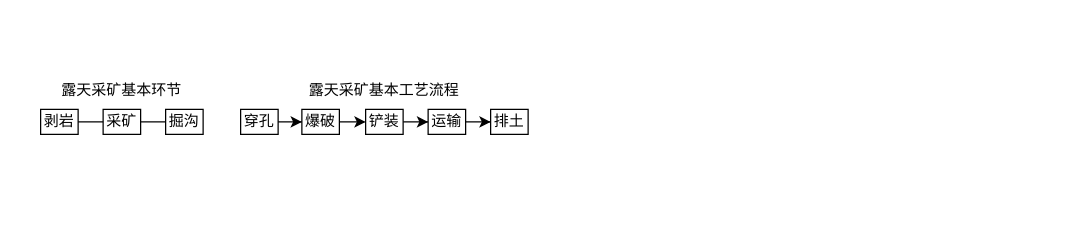
This is 未命名绘图.drawio from XS0612/daviddraw-drawio-diagrams, a draw.io file, before an edit. Source tidied: cells renumbered, new cells numbered last; positions are measured from the earlier drawing's top-left corner, leaving out a move shared by most shapes. Both pictures are drawn from the tidied source at 125%, with x=0, y=0 at pixel (40, 71).
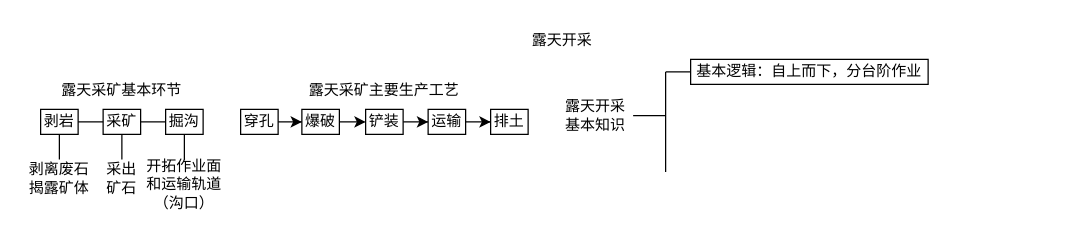
The same diagram, later.

Commit message:
更新未命名绘图.drawio

The change refers to these unchanged cells:
```xml
<mxCell id="2" value="剥岩" style="rounded=0;whiteSpace=wrap;html=1;" parent="1" vertex="1">
  <mxGeometry y="30" width="30" height="20" as="geometry" />
</mxCell>
<mxCell id="3" value="采矿" style="whiteSpace=wrap;html=1;rounded=0;" parent="1" vertex="1">
  <mxGeometry x="50" y="30" width="30" height="20" as="geometry" />
</mxCell>
<mxCell id="4" value="掘沟" style="whiteSpace=wrap;html=1;rounded=0;" parent="1" vertex="1">
  <mxGeometry x="100" y="30" width="30" height="20" as="geometry" />
</mxCell>
```

The edit, as a diff of the source:
```diff
@@
-    <mxCell id="15" value="露天采矿基本工艺流程" style="text;html=1;whiteSpace=wrap;strokeColor=none;fillColor=none;align=center;verticalAlign=middle;rounded=0;" parent="1" vertex="1">
+    <mxCell id="15" value="露天采矿主要生产工艺" style="text;html=1;whiteSpace=wrap;strokeColor=none;fillColor=none;align=center;verticalAlign=middle;rounded=0;" parent="1" vertex="1">
       <mxGeometry x="160" width="230" height="30" as="geometry" />
     </mxCell>
@@
+    <mxCell id="18" value="露天开采" style="text;html=1;whiteSpace=wrap;strokeColor=none;fillColor=none;align=center;verticalAlign=middle;rounded=0;" parent="1" vertex="1">
+      <mxGeometry x="15" y="-40" width="805" height="30" as="geometry" />
+    </mxCell>
+    <mxCell id="19" value="露天开采基本知识" style="text;html=1;whiteSpace=wrap;strokeColor=none;fillColor=none;align=center;verticalAlign=middle;rounded=0;" parent="1" vertex="1">
+      <mxGeometry x="414" y="20" width="60" height="30" as="geometry" />
+    </mxCell>
+    <mxCell id="20" style="endArrow=none;html=1;rounded=0;exitX=1;exitY=0.5;exitDx=0;exitDy=0;" parent="1" edge="1" source="19">
+      <mxGeometry relative="1" as="geometry">
+        <mxPoint x="500" y="35" as="targetPoint" />
+      </mxGeometry>
+    </mxCell>
+    <mxCell id="21" style="endArrow=none;html=1;rounded=0;" parent="1" edge="1">
+      <mxGeometry relative="1" as="geometry">
+        <mxPoint x="500" y="80" as="sourcePoint" />
+        <mxPoint x="500" as="targetPoint" />
+      </mxGeometry>
+    </mxCell>
+    <mxCell id="22" style="endArrow=none;html=1;rounded=0;" parent="1" edge="1">
+      <mxGeometry relative="1" as="geometry">
+        <mxPoint x="500" as="sourcePoint" />
+        <mxPoint x="520" as="targetPoint" />
+      </mxGeometry>
+    </mxCell>
+    <mxCell id="23" style="endArrow=none;html=1;rounded=0;entryX=0.5;entryY=1;entryDx=0;entryDy=0;" parent="1" edge="1" target="2">
+      <mxGeometry relative="1" as="geometry">
+        <mxPoint x="15" y="70" as="sourcePoint" />
+      </mxGeometry>
+    </mxCell>
+    <mxCell id="24" value="剥离废石揭露矿体" style="text;html=1;whiteSpace=wrap;strokeColor=none;fillColor=none;align=center;verticalAlign=middle;rounded=0;" parent="1" vertex="1">
+      <mxGeometry x="-15" y="70" width="60" height="30" as="geometry" />
+    </mxCell>
+    <mxCell id="25" style="endArrow=none;html=1;rounded=0;entryX=0.5;entryY=1;entryDx=0;entryDy=0;" parent="1" edge="1" target="3">
+      <mxGeometry relative="1" as="geometry">
+        <mxPoint x="65" y="70" as="sourcePoint" />
+      </mxGeometry>
+    </mxCell>
+    <mxCell id="26" value="采出矿石" style="text;html=1;whiteSpace=wrap;strokeColor=none;fillColor=none;align=center;verticalAlign=middle;rounded=0;" parent="1" vertex="1">
+      <mxGeometry x="50" y="70" width="30" height="30" as="geometry" />
+    </mxCell>
+    <mxCell id="27" style="endArrow=none;html=1;rounded=0;entryX=0.5;entryY=1;entryDx=0;entryDy=0;" parent="1" edge="1" target="4">
+      <mxGeometry relative="1" as="geometry">
+        <mxPoint x="115" y="70" as="sourcePoint" />
+      </mxGeometry>
+    </mxCell>
+    <mxCell id="28" value="开拓作业面和运输轨道（沟口）" style="text;html=1;whiteSpace=wrap;strokeColor=none;fillColor=none;align=center;verticalAlign=middle;rounded=0;" parent="1" vertex="1">
+      <mxGeometry x="80" y="70" width="70" height="40" as="geometry" />
+    </mxCell>
+    <mxCell id="29" value="基本逻辑：自上而下，分台阶作业" style="rounded=0;whiteSpace=wrap;html=1;" parent="1" vertex="1">
+      <mxGeometry x="520" y="-10" width="190" height="20" as="geometry" />
+    </mxCell>
```
